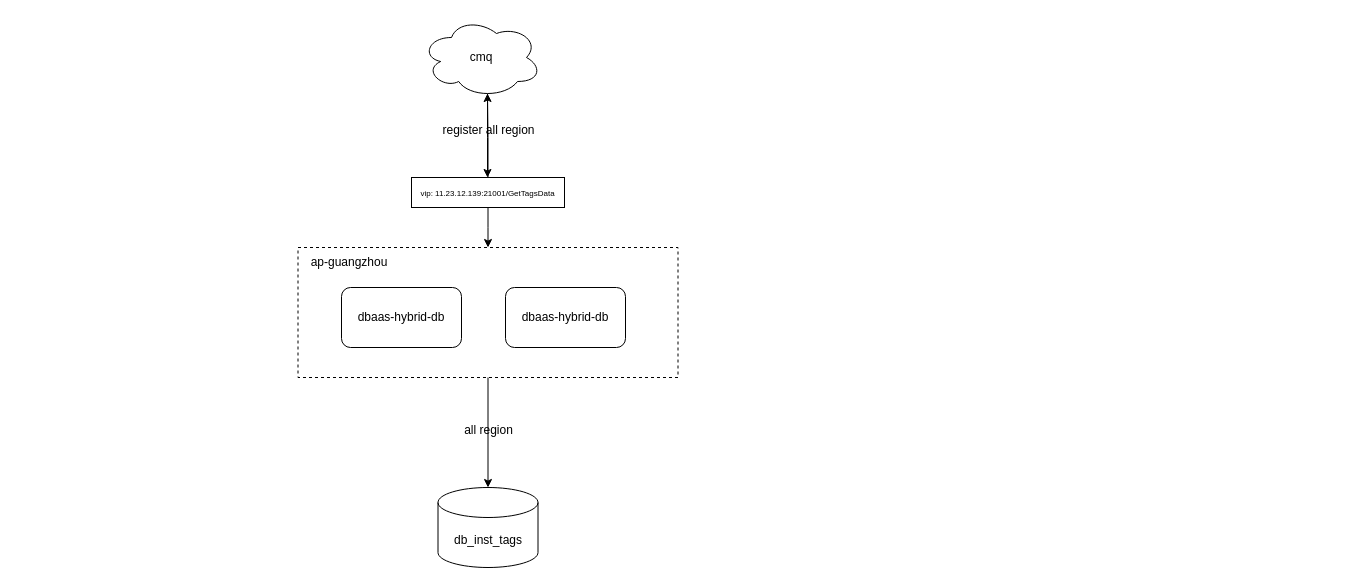
This is tag sync.drawio from GuoJunChen-commit/practice, a draw.io file, before an edit. Source tidied: cells renumbered, new cells numbered last; positions are measured from the earlier drawing's top-left corner, leaving out a move shared by most shapes. Both pictures are drawn from the tidied source at 100%, with x=0, y=0 at pixel (297, 17).
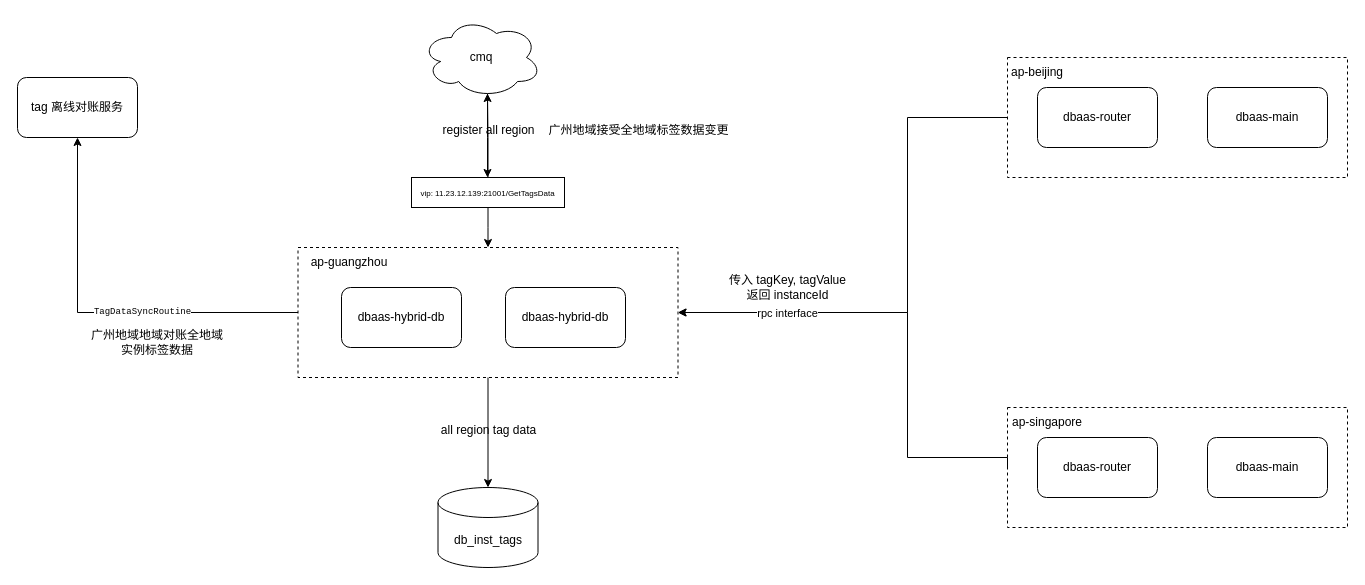
After the change.

The change refers to these unchanged cells:
```xml
<mxCell id="3" style="rounded=0;whiteSpace=wrap;html=1;dashed=1;" parent="2" vertex="1">
  <mxGeometry x="0.5" y="230" width="380" height="130" as="geometry" />
</mxCell>
```

The edit, as a diff of the source:
```diff
@@
     <mxCell id="2" style="group;" parent="1" vertex="1">
-      <mxGeometry width="380.5" height="550" as="geometry" />
+      <mxGeometry width="440.5" height="550" as="geometry" />
     </mxCell>
@@
-    <mxCell id="13" value="all region" style="text;html=1;align=center;verticalAlign=middle;strokeColor=none;fillColor=none;" parent="2" vertex="1">
-      <mxGeometry x="155.5" y="398" width="70" height="30" as="geometry" />
+    <mxCell id="13" value="all region tag data" style="text;html=1;align=center;verticalAlign=middle;strokeColor=none;fillColor=none;" parent="2" vertex="1">
+      <mxGeometry x="130.5" y="398" width="120" height="30" as="geometry" />
     </mxCell>
@@
+    <mxCell id="16" value="广州地域接受全地域标签数据变更" style="text;html=1;align=center;verticalAlign=middle;strokeColor=none;fillColor=none;" parent="2" vertex="1">
+      <mxGeometry x="240.5" y="98" width="200" height="30" as="geometry" />
+    </mxCell>
+    <mxCell id="17" value="tag 离线对账服务" style="rounded=1;whiteSpace=wrap;html=1;" parent="1" vertex="1">
+      <mxGeometry x="-280" y="60" width="120" height="60" as="geometry" />
+    </mxCell>
+    <mxCell id="18" style="group;" parent="1" vertex="1">
+      <mxGeometry x="710" y="40" width="340" height="120" as="geometry" />
+    </mxCell>
+    <mxCell id="19" style="rounded=0;whiteSpace=wrap;html=1;dashed=1;" parent="18" vertex="1">
+      <mxGeometry width="340" height="120" as="geometry" />
+    </mxCell>
+    <mxCell id="20" value="ap-beijing" style="text;html=1;align=center;verticalAlign=middle;whiteSpace=wrap;rounded=0;" parent="18" vertex="1">
+      <mxGeometry width="60" height="30" as="geometry" />
+    </mxCell>
+    <mxCell id="21" value="dbaas-router" style="rounded=1;whiteSpace=wrap;html=1;" parent="18" vertex="1">
+      <mxGeometry x="30" y="30" width="120" height="60" as="geometry" />
+    </mxCell>
+    <mxCell id="22" value="dbaas-main" style="rounded=1;whiteSpace=wrap;html=1;" parent="18" vertex="1">
+      <mxGeometry x="200" y="30" width="120" height="60" as="geometry" />
+    </mxCell>
+    <mxCell id="23" style="group;" parent="1" vertex="1">
+      <mxGeometry x="710" y="390" width="340" height="120" as="geometry" />
+    </mxCell>
+    <mxCell id="24" style="rounded=0;whiteSpace=wrap;html=1;dashed=1;" parent="23" vertex="1">
+      <mxGeometry width="340" height="120" as="geometry" />
+    </mxCell>
+    <mxCell id="25" value="ap-singapore" style="text;html=1;align=center;verticalAlign=middle;whiteSpace=wrap;rounded=0;" parent="23" vertex="1">
+      <mxGeometry width="80" height="30" as="geometry" />
+    </mxCell>
+    <mxCell id="26" value="dbaas-router" style="rounded=1;whiteSpace=wrap;html=1;" parent="23" vertex="1">
+      <mxGeometry x="30" y="30" width="120" height="60" as="geometry" />
+    </mxCell>
+    <mxCell id="27" value="dbaas-main" style="rounded=1;whiteSpace=wrap;html=1;" parent="23" vertex="1">
+      <mxGeometry x="200" y="30" width="120" height="60" as="geometry" />
+    </mxCell>
+    <mxCell id="28" style="edgeStyle=orthogonalEdgeStyle;rounded=0;jettySize=auto;html=1;exitX=0;exitY=0.5;exitDx=0;exitDy=0;entryX=1;entryY=0.5;entryDx=0;entryDy=0;" parent="1" edge="1" source="19" target="3">
+      <mxGeometry relative="1" as="geometry">
+        <Array as="points">
+          <mxPoint x="610" y="100" />
+          <mxPoint x="610" y="295" />
+        </Array>
+      </mxGeometry>
+    </mxCell>
+    <mxCell id="29" style="edgeStyle=orthogonalEdgeStyle;rounded=0;jettySize=auto;html=1;exitX=0;exitY=0.5;exitDx=0;exitDy=0;entryX=1;entryY=0.5;entryDx=0;entryDy=0;" parent="1" edge="1" source="24" target="3">
+      <mxGeometry relative="1" as="geometry">
+        <Array as="points">
+          <mxPoint x="610" y="440" />
+          <mxPoint x="610" y="295" />
+        </Array>
+      </mxGeometry>
+    </mxCell>
+    <mxCell id="30" value="rpc interface" style="edgeLabel;html=1;align=center;verticalAlign=middle;" parent="29" vertex="1">
+      <mxGeometry x="0.74" y="-3" relative="1" as="geometry">
+        <mxPoint x="46" y="3" as="offset" />
+      </mxGeometry>
+    </mxCell>
+    <mxCell id="31" value="传入 tagKey, tagValue&lt;div&gt;返回 instanceId&lt;/div&gt;" style="text;html=1;align=center;verticalAlign=middle;strokeColor=none;fillColor=none;" parent="1" vertex="1">
+      <mxGeometry x="420" y="250" width="140" height="40" as="geometry" />
+    </mxCell>
+    <mxCell id="32" style="edgeStyle=orthogonalEdgeStyle;rounded=0;jettySize=auto;html=1;exitX=0;exitY=0.5;exitDx=0;exitDy=0;entryX=0.5;entryY=1;entryDx=0;entryDy=0;" parent="1" edge="1" source="3" target="17">
+      <mxGeometry relative="1" as="geometry" />
+    </mxCell>
+    <mxCell id="33" value="&lt;div style=&quot;color: rgb(8, 8, 8); font-family: Monaco, monospace;&quot;&gt;&lt;pre style=&quot;&quot;&gt;&lt;span style=&quot;color: rgb(0, 0, 0);&quot;&gt;&lt;font style=&quot;font-size: 9px;&quot;&gt;TagDataSyncRoutine&lt;/font&gt;&lt;/span&gt;&lt;/pre&gt;&lt;/div&gt;" style="edgeLabel;html=1;align=center;verticalAlign=middle;" parent="32" vertex="1">
+      <mxGeometry x="-0.21" y="-2" relative="1" as="geometry" />
+    </mxCell>
+    <mxCell id="34" value="广州地域地域对账全地域实例标签数据" style="text;html=1;align=center;verticalAlign=middle;whiteSpace=wrap;rounded=0;" parent="1" vertex="1">
+      <mxGeometry x="-210" y="310" width="140" height="30" as="geometry" />
+    </mxCell>
```
